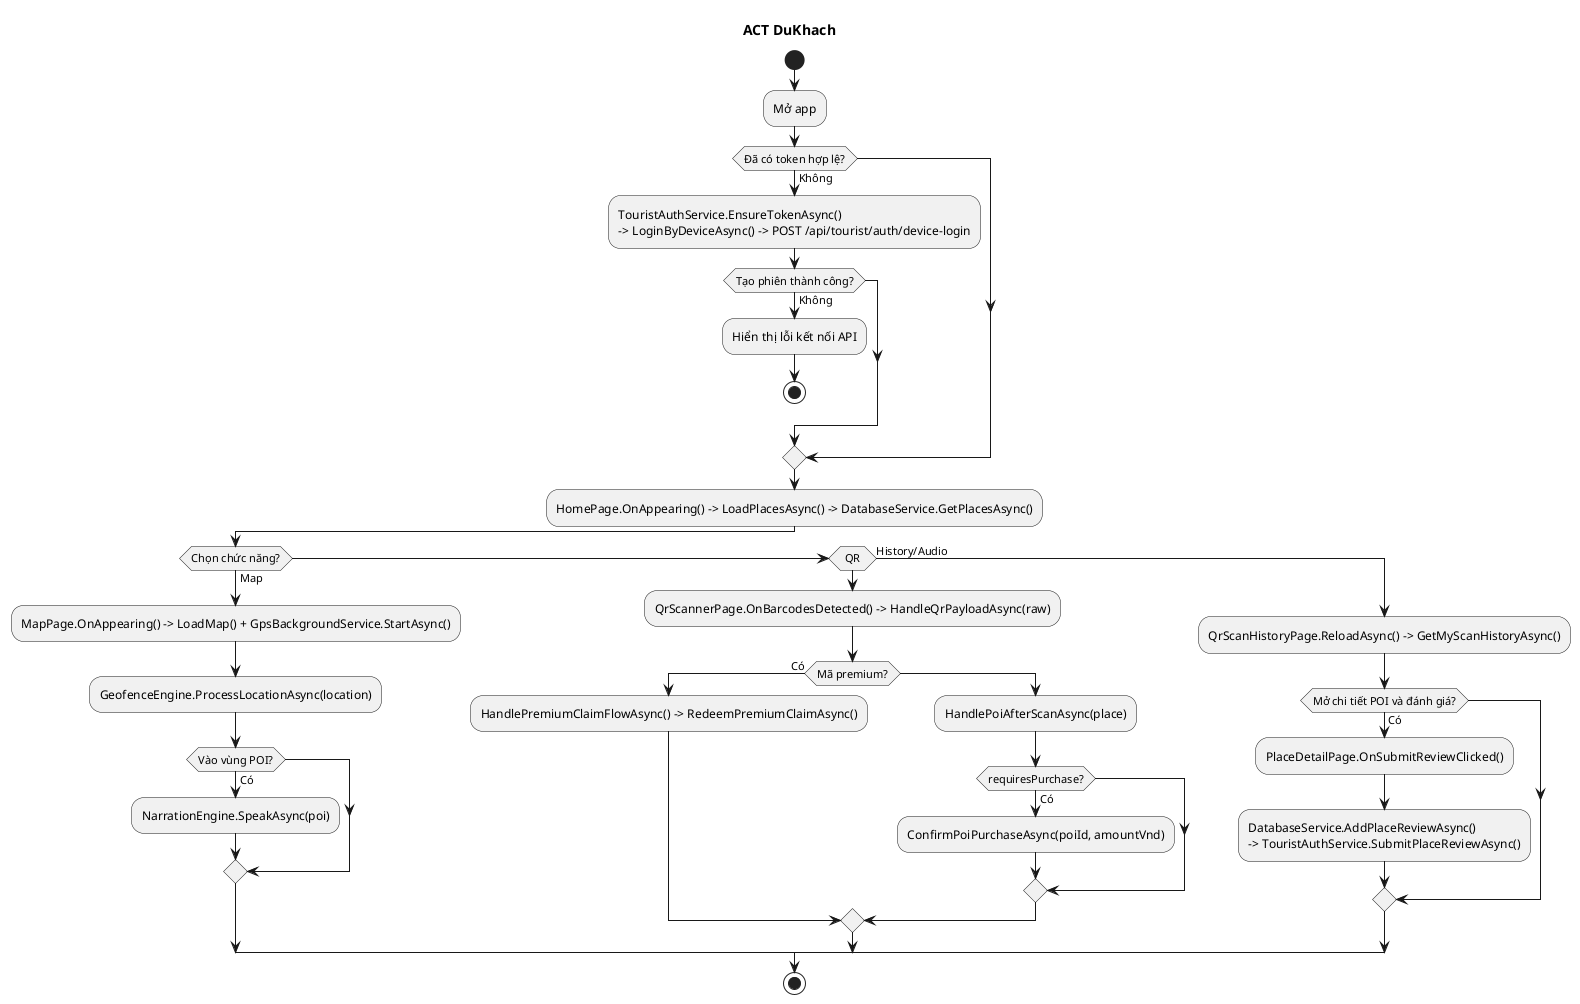
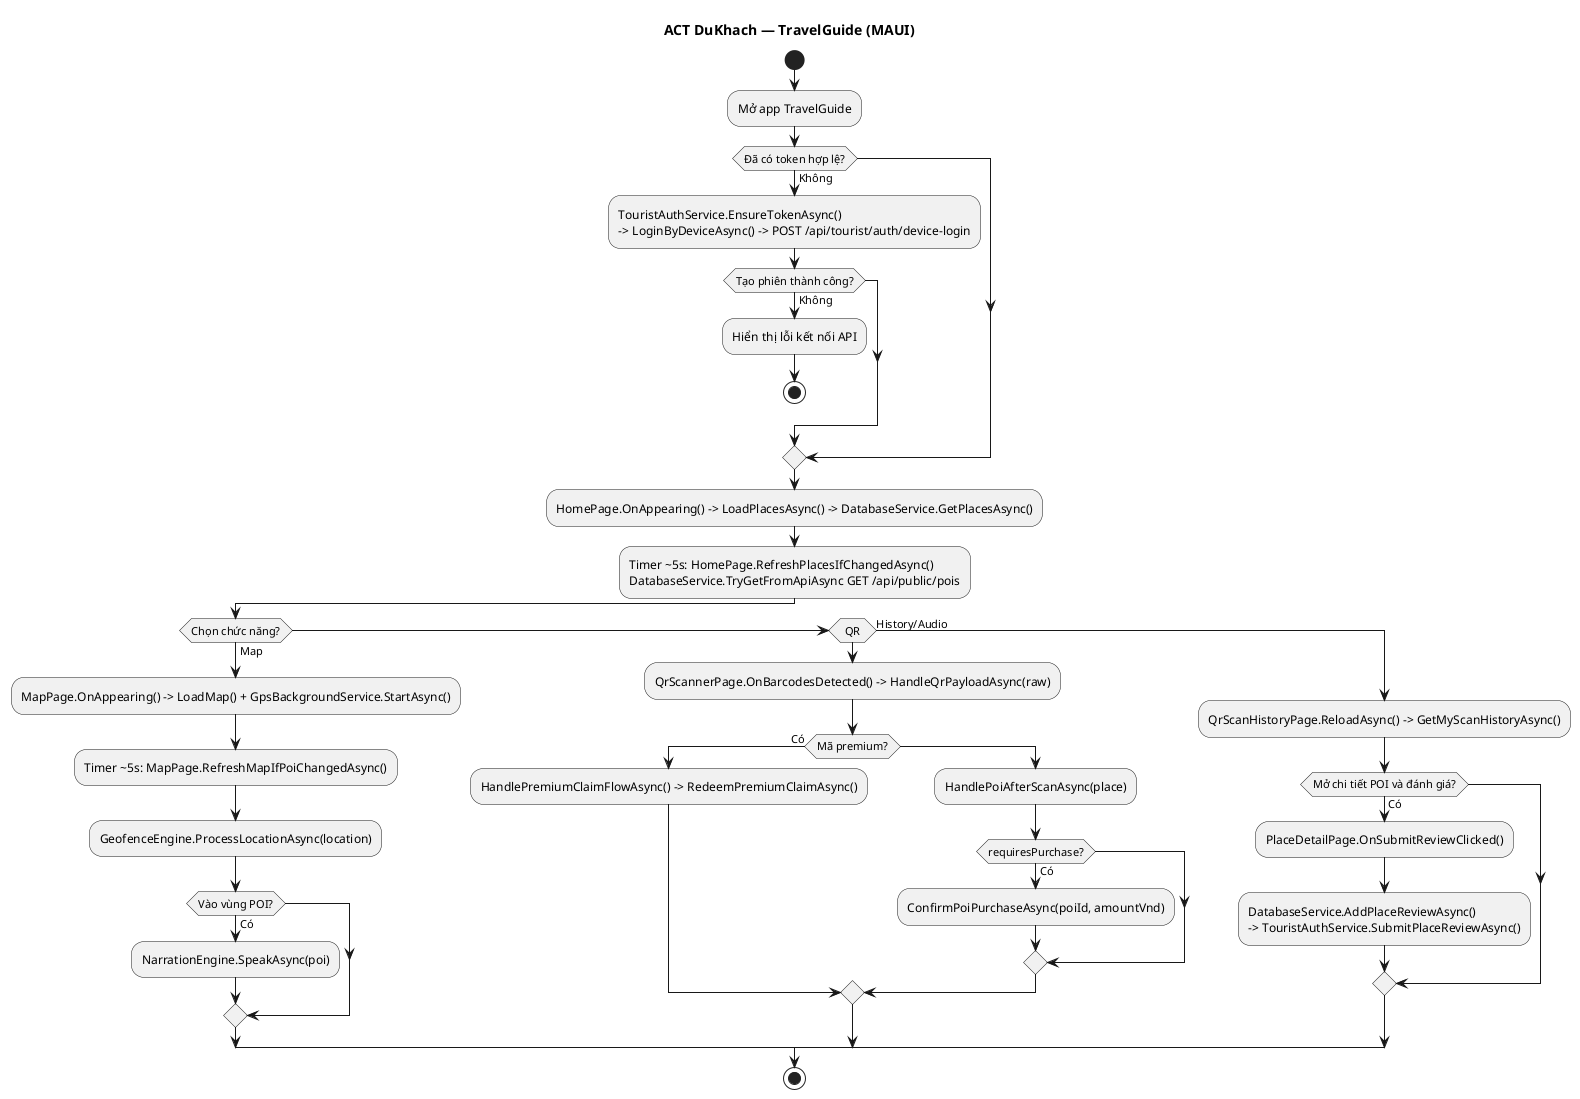
@startuml
- title ACT DuKhach
+ title ACT DuKhach — TravelGuide (MAUI)
start
- :Mở app;
+ :Mở app TravelGuide;
if (Đã có token hợp lệ?) then (Không)
  :TouristAuthService.EnsureTokenAsync()\n-> LoginByDeviceAsync() -> POST /api/tourist/auth/device-login;
  if (Tạo phiên thành công?) then (Không)
    :Hiển thị lỗi kết nối API;
    stop
  endif
endif
:HomePage.OnAppearing() -> LoadPlacesAsync() -> DatabaseService.GetPlacesAsync();
+ :Timer ~5s: HomePage.RefreshPlacesIfChangedAsync()\nDatabaseService.TryGetFromApiAsync GET /api/public/pois;
if (Chọn chức năng?) then (Map)
  :MapPage.OnAppearing() -> LoadMap() + GpsBackgroundService.StartAsync();
+   :Timer ~5s: MapPage.RefreshMapIfPoiChangedAsync();
  :GeofenceEngine.ProcessLocationAsync(location);
  if (Vào vùng POI?) then (Có)
    :NarrationEngine.SpeakAsync(poi);
  endif
elseif (QR)
  :QrScannerPage.OnBarcodesDetected() -> HandleQrPayloadAsync(raw);
  if (Mã premium?) then (Có)
    :HandlePremiumClaimFlowAsync() -> RedeemPremiumClaimAsync();
  else
    :HandlePoiAfterScanAsync(place);
    if (requiresPurchase?) then (Có)
      :ConfirmPoiPurchaseAsync(poiId, amountVnd);
    endif
  endif
else (History/Audio)
  :QrScanHistoryPage.ReloadAsync() -> GetMyScanHistoryAsync();
  if (Mở chi tiết POI và đánh giá?) then (Có)
    :PlaceDetailPage.OnSubmitReviewClicked();
    :DatabaseService.AddPlaceReviewAsync()\n-> TouristAuthService.SubmitPlaceReviewAsync();
  endif
endif
stop
@enduml
